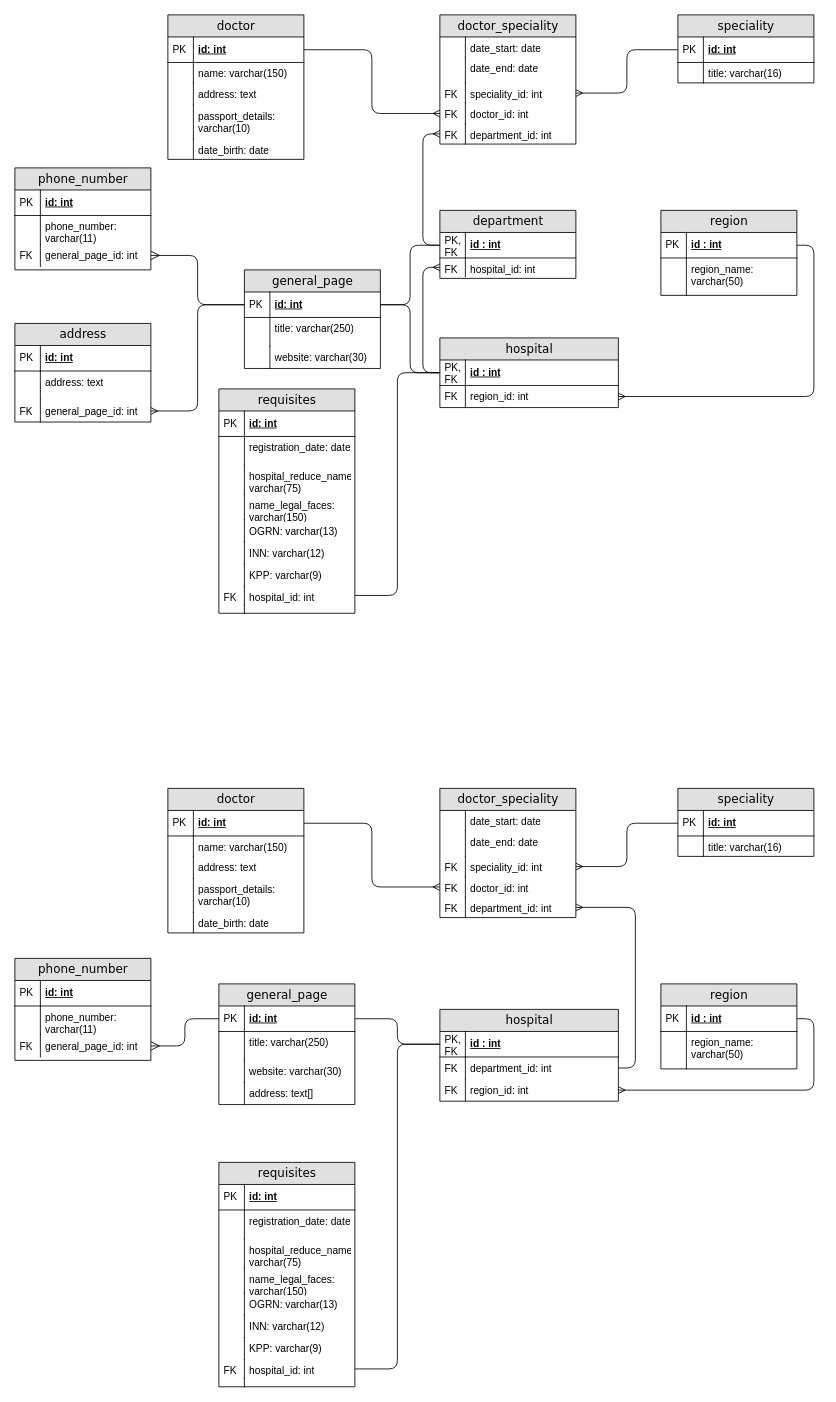
Before: 2_Lab_MongoDb/0_lab_process_1_1.drawio in Mirosh757/studMirosh, a draw.io diagram. Source tidied: cells renumbered, new cells numbered last; positions are measured from the earlier drawing's top-left corner, leaving out a move shared by most shapes. Both pictures are drawn from the tidied source at 85%, with x=0, y=0 at pixel (14, 14).
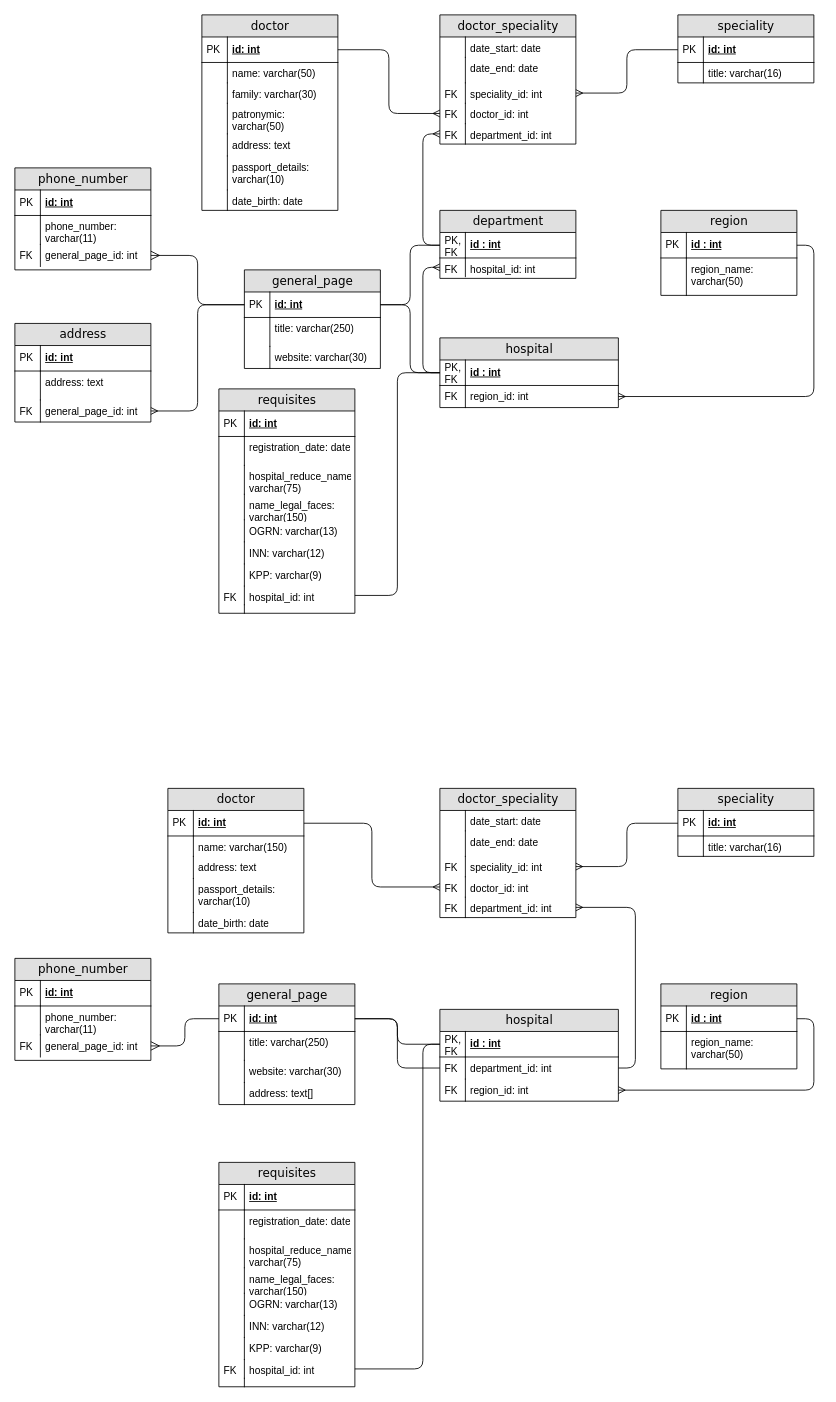
Above is the later version.

Commit message (it also covers changes not shown here):
Переделана таблица doctor. Атрибут name разбит на три атрибута name, family, patronymic. Переделано заполнение базы данных

The change refers to these unchanged cells:
```xml
<mxCell id="129" value="id : int" style="shape=partialRectangle;top=0;left=0;right=0;bottom=1;html=1;align=left;verticalAlign=middle;fillColor=none;spacingLeft=34;spacingRight=4;whiteSpace=wrap;overflow=hidden;points=[[0,0.5],[1,0.5]];portConstraint=eastwest;fontStyle=5;" parent="128" vertex="1">
  <mxGeometry y="26" width="210" height="30" as="geometry" />
</mxCell>
<mxCell id="131" value="department_id: int" style="shape=partialRectangle;top=0;left=0;right=0;bottom=0;html=1;align=left;verticalAlign=top;fillColor=none;spacingLeft=34;spacingRight=4;whiteSpace=wrap;overflow=hidden;points=[[0,0.5],[1,0.5]];portConstraint=eastwest;" parent="128" vertex="1">
  <mxGeometry y="56" width="210" height="26" as="geometry" />
</mxCell>
<mxCell id="158" value="hospital_id: int" style="shape=partialRectangle;top=0;left=0;right=0;bottom=0;html=1;align=left;verticalAlign=top;fillColor=none;spacingLeft=34;spacingRight=4;whiteSpace=wrap;overflow=hidden;points=[[0,0.5],[1,0.5]];portConstraint=eastwest;" parent="143" vertex="1">
  <mxGeometry y="232" width="160" height="22" as="geometry" />
</mxCell>
<mxCell id="164" value="id: int" style="shape=partialRectangle;top=0;left=0;right=0;bottom=1;html=1;align=left;verticalAlign=middle;fillColor=none;spacingLeft=34;spacingRight=4;whiteSpace=wrap;overflow=hidden;points=[[0,0.5],[1,0.5]];portConstraint=eastwest;fontStyle=5;" parent="163" vertex="1">
  <mxGeometry y="26" width="160" height="30" as="geometry" />
</mxCell>
```

Change to the diagram source:
```diff
@@
     <mxCell id="2" value="doctor" style="swimlane;html=1;fontStyle=0;horizontal=1;startSize=26;fillColor=#e0e0e0;swimlaneFillColor=#ffffff;align=center;rounded=0;shadow=0;comic=0;labelBackgroundColor=none;strokeWidth=1;fontFamily=Verdana;fontSize=14;" parent="1" vertex="1">
-      <mxGeometry x="180" width="160" height="170" as="geometry" />
+      <mxGeometry x="220" width="160" height="230" as="geometry" />
     </mxCell>
@@
-    <mxCell id="5" value="name: varchar(150)" style="shape=partialRectangle;top=0;left=0;right=0;bottom=0;html=1;align=left;verticalAlign=top;fillColor=none;spacingLeft=34;spacingRight=4;whiteSpace=wrap;overflow=hidden;" parent="2" vertex="1">
+    <mxCell id="5" value="name: varchar(50)" style="shape=partialRectangle;top=0;left=0;right=0;bottom=0;html=1;align=left;verticalAlign=top;fillColor=none;spacingLeft=34;spacingRight=4;whiteSpace=wrap;overflow=hidden;" parent="2" vertex="1">
       <mxGeometry y="56" width="160" height="24" as="geometry" />
     </mxCell>
@@
+    <mxCell id="175" value="family: varchar(30)" style="shape=partialRectangle;top=0;left=0;right=0;bottom=0;html=1;align=left;verticalAlign=top;fillColor=none;spacingLeft=34;spacingRight=4;whiteSpace=wrap;overflow=hidden;" parent="2" vertex="1">
+      <mxGeometry y="80" width="160" height="24" as="geometry" />
+    </mxCell>
+    <mxCell id="176" style="shape=partialRectangle;top=0;left=0;bottom=0;html=1;fillColor=none;align=left;verticalAlign=top;spacingLeft=4;spacingRight=4;whiteSpace=wrap;overflow=hidden;" parent="175" vertex="1">
+      <mxGeometry width="30" height="24" as="geometry" />
+    </mxCell>
+    <mxCell id="177" value="patronymic: varchar(50)" style="shape=partialRectangle;top=0;left=0;right=0;bottom=0;html=1;align=left;verticalAlign=top;fillColor=none;spacingLeft=34;spacingRight=4;whiteSpace=wrap;overflow=hidden;" parent="2" vertex="1">
+      <mxGeometry y="104" width="160" height="36" as="geometry" />
+    </mxCell>
+    <mxCell id="178" style="shape=partialRectangle;top=0;left=0;bottom=0;html=1;fillColor=none;align=left;verticalAlign=top;spacingLeft=4;spacingRight=4;whiteSpace=wrap;overflow=hidden;" parent="177" vertex="1">
+      <mxGeometry width="30" height="36" as="geometry" />
+    </mxCell>
     <mxCell id="7" value="address: text" style="shape=partialRectangle;top=0;left=0;right=0;bottom=0;html=1;align=left;verticalAlign=top;fillColor=none;spacingLeft=34;spacingRight=4;whiteSpace=wrap;overflow=hidden;" parent="2" vertex="1">
-      <mxGeometry y="80" width="160" height="26" as="geometry" />
+      <mxGeometry y="140" width="160" height="26" as="geometry" />
     </mxCell>
@@
     <mxCell id="9" value="passport_details: varchar(10)" style="shape=partialRectangle;top=0;left=0;right=0;bottom=0;html=1;align=left;verticalAlign=top;fillColor=none;spacingLeft=34;spacingRight=4;whiteSpace=wrap;overflow=hidden;" parent="2" vertex="1">
-      <mxGeometry y="106" width="160" height="40" as="geometry" />
+      <mxGeometry y="166" width="160" height="40" as="geometry" />
     </mxCell>
@@
     <mxCell id="11" value="date_birth: date" style="shape=partialRectangle;top=0;left=0;right=0;bottom=0;html=1;align=left;verticalAlign=top;fillColor=none;spacingLeft=34;spacingRight=4;whiteSpace=wrap;overflow=hidden;" parent="2" vertex="1">
-      <mxGeometry y="146" width="160" height="24" as="geometry" />
+      <mxGeometry y="206" width="160" height="24" as="geometry" />
     </mxCell>
@@
     <mxCell id="162" style="edgeStyle=orthogonalEdgeStyle;rounded=1;jettySize=auto;html=1;exitX=1;exitY=0.5;exitDx=0;exitDy=0;entryX=0;entryY=0.5;entryDx=0;entryDy=0;curved=0;endArrow=none;endFill=0;" parent="1" edge="1" source="158" target="129">
-      <mxGeometry relative="1" as="geometry" />
+      <mxGeometry relative="1" as="geometry">
+        <Array as="points">
+          <mxPoint x="480" y="1593" />
+          <mxPoint x="480" y="1211" />
+        </Array>
+      </mxGeometry>
     </mxCell>
@@
+    <mxCell id="179" style="edgeStyle=orthogonalEdgeStyle;rounded=1;jettySize=auto;html=1;exitX=0;exitY=0.5;exitDx=0;exitDy=0;entryX=1;entryY=0.5;entryDx=0;entryDy=0;curved=0;endArrow=none;startFill=0;" parent="1" edge="1" source="131" target="164">
+      <mxGeometry relative="1" as="geometry" />
+    </mxCell>
```
